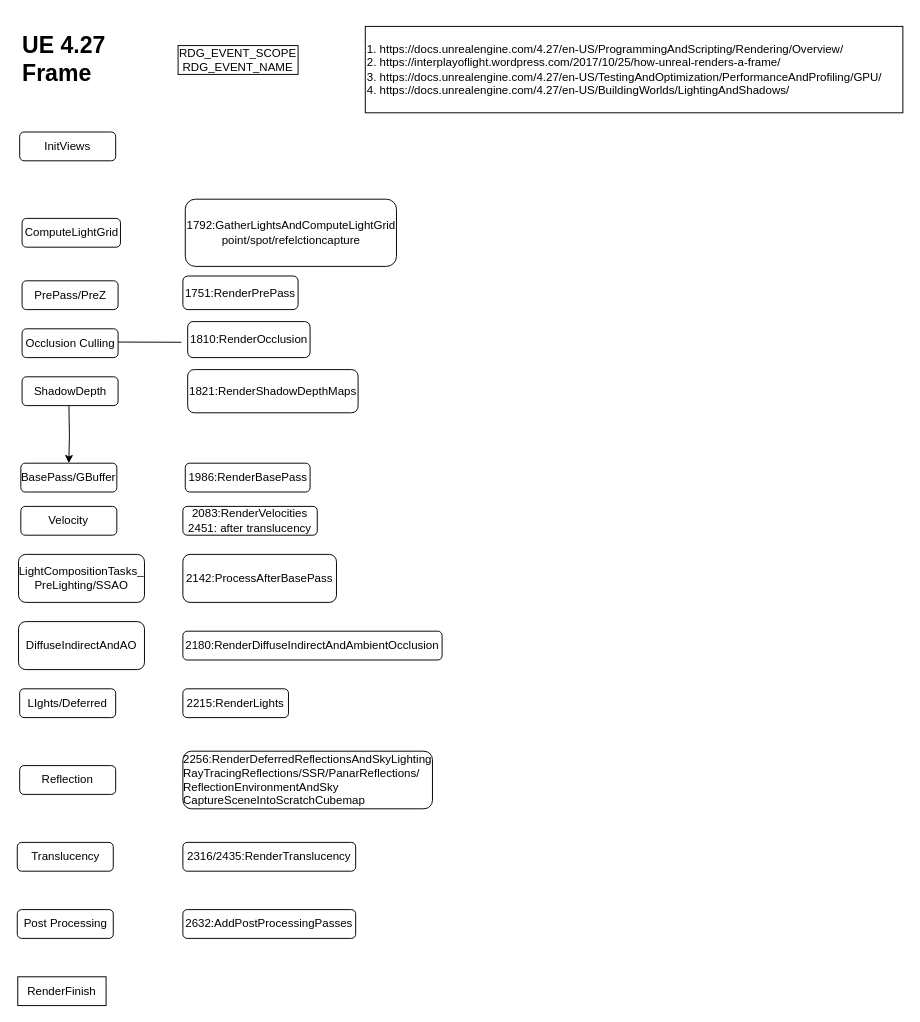
This is UE4Gram.drawio from cedarz/UE4Gram, a draw.io file, before an edit. Source tidied: cells renumbered, new cells numbered last; positions are measured from the earlier drawing's top-left corner, leaving out a move shared by most shapes. Both pictures are drawn from the tidied source at 96%, with x=0, y=0 at pixel (17, 26).
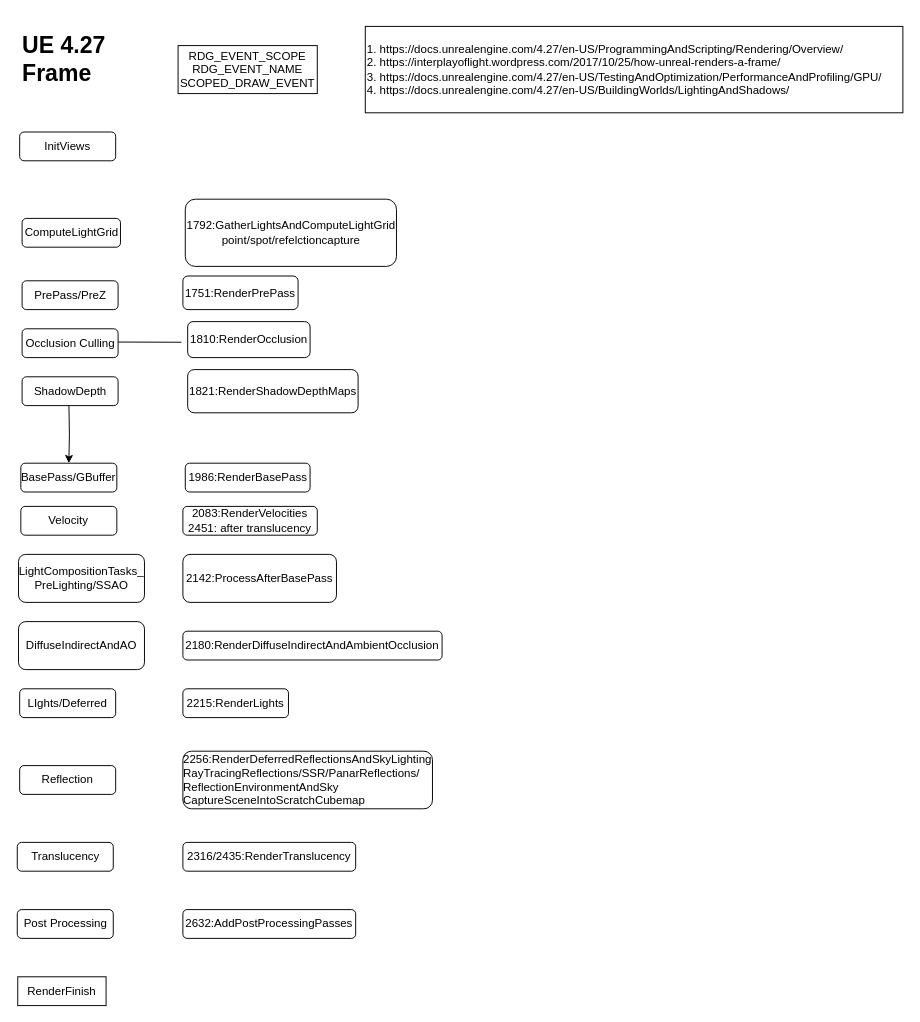
The same page after the edit.

The edit, as a diff of the source:
```diff
@@
-    <mxCell id="18" value="RDG_EVENT_SCOPE&lt;br&gt;RDG_EVENT_NAME" style="rounded=0;whiteSpace=wrap;html=1;" parent="1" vertex="1">
-      <mxGeometry x="167" y="20" width="125" height="30" as="geometry" />
+    <mxCell id="18" value="RDG_EVENT_SCOPE&lt;br&gt;RDG_EVENT_NAME&lt;br&gt;SCOPED_DRAW_EVENT" style="rounded=0;whiteSpace=wrap;html=1;" parent="1" vertex="1">
+      <mxGeometry x="167" y="20" width="145" height="50" as="geometry" />
     </mxCell>
```
